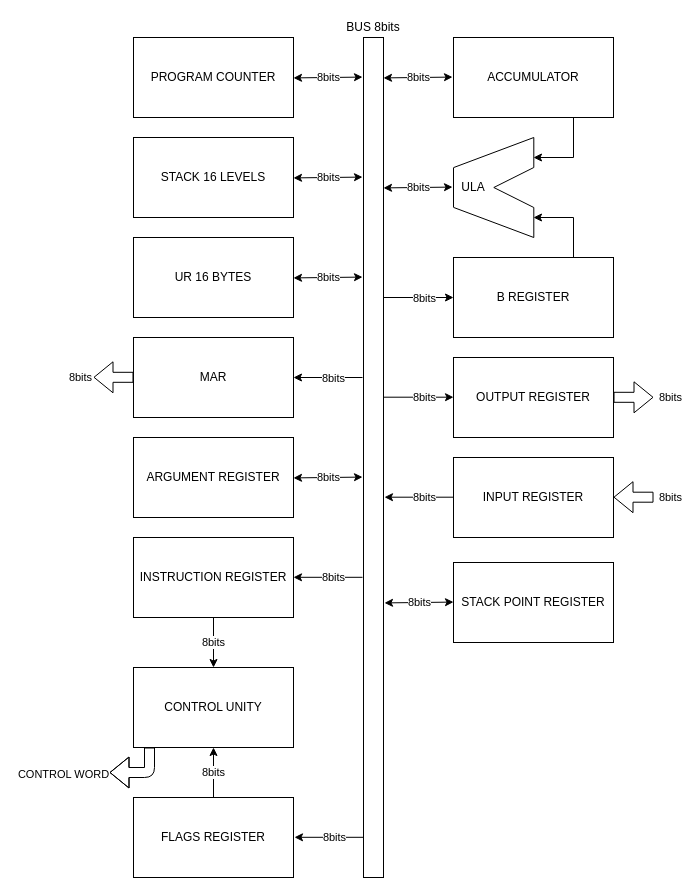
Above: Solon-Tavares-Computer-1/arquitetura-hardware/ArquiteturaSTP1.drawio in Vinicius-Moraes20/computadores (draw.io), before the change. Source tidied: cells renumbered, new cells numbered last; positions are measured from the earlier drawing's top-left corner, leaving out a move shared by most shapes. Both pictures are drawn from the tidied source at 100%, with x=0, y=0 at pixel (93, 17).
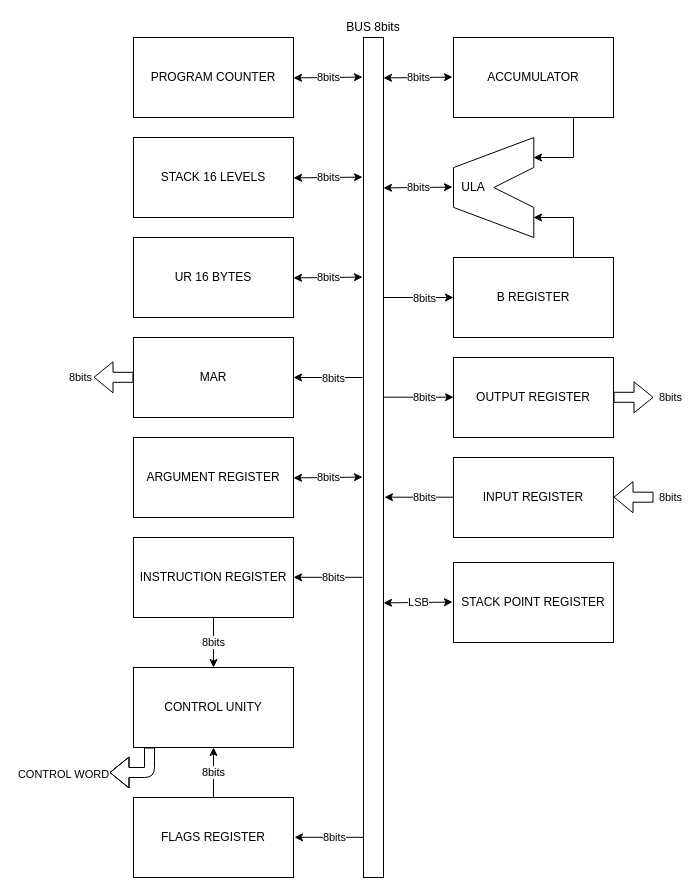
The same page after the edit.

What changed in the source:
```diff
@@
-    <mxCell id="56" value="8bits" style="endArrow=classic;startArrow=classic;html=1;" parent="1" edge="1">
+    <mxCell id="56" value="LSB" style="endArrow=classic;startArrow=classic;html=1;" parent="1" edge="1">
       <mxGeometry relative="1" as="geometry">
-        <mxPoint x="291" y="585.4" as="sourcePoint" />
-        <mxPoint x="360" y="584.6" as="targetPoint" />
+        <mxPoint x="290" y="585.4" as="sourcePoint" />
+        <mxPoint x="359" y="584.6" as="targetPoint" />
         <Array as="points">
-          <mxPoint x="326" y="585" />
+          <mxPoint x="325" y="585" />
         </Array>
       </mxGeometry>
     </mxCell>
```
